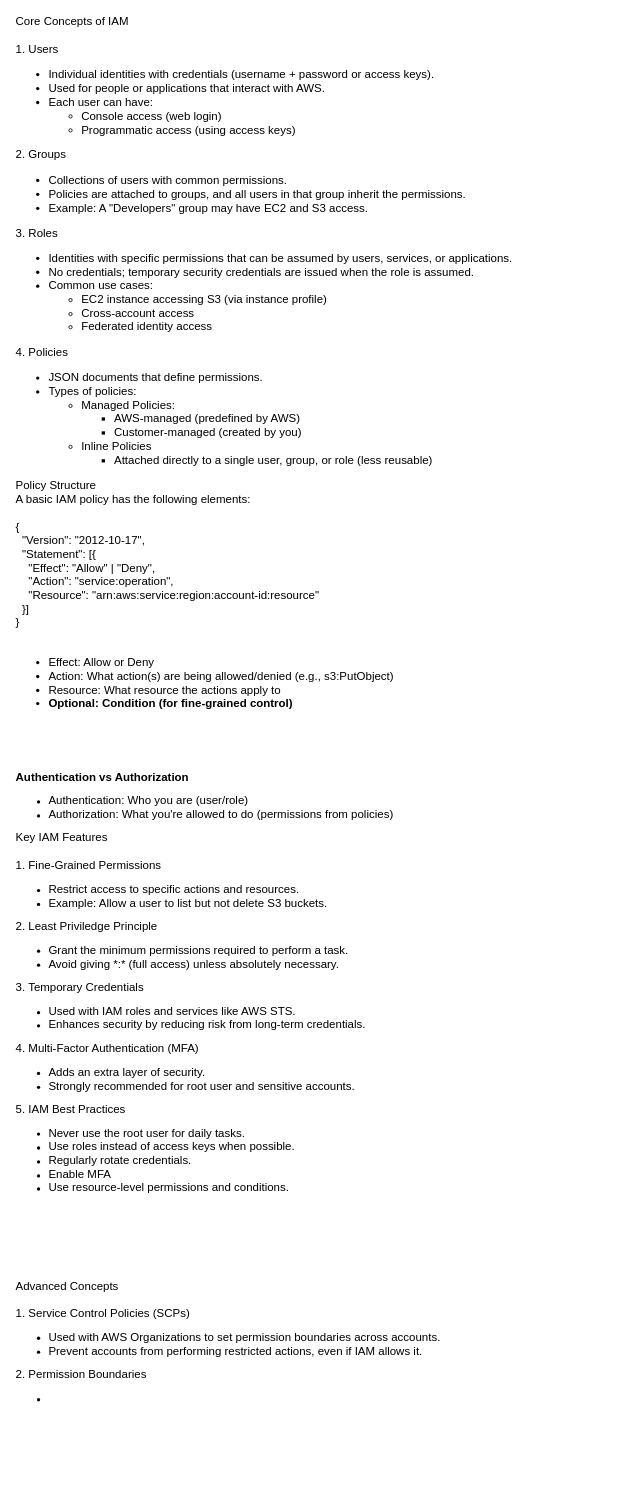
Earlier version of the draw.io diagram AWS_IAM.drawio (tyk1hc/drawio). Source tidied: cells renumbered, new cells numbered last; positions are measured from the earlier drawing's top-left corner, leaving out a move shared by most shapes. Both pictures are drawn from the tidied source at 82%, with x=0, y=0 at pixel (14, 14).
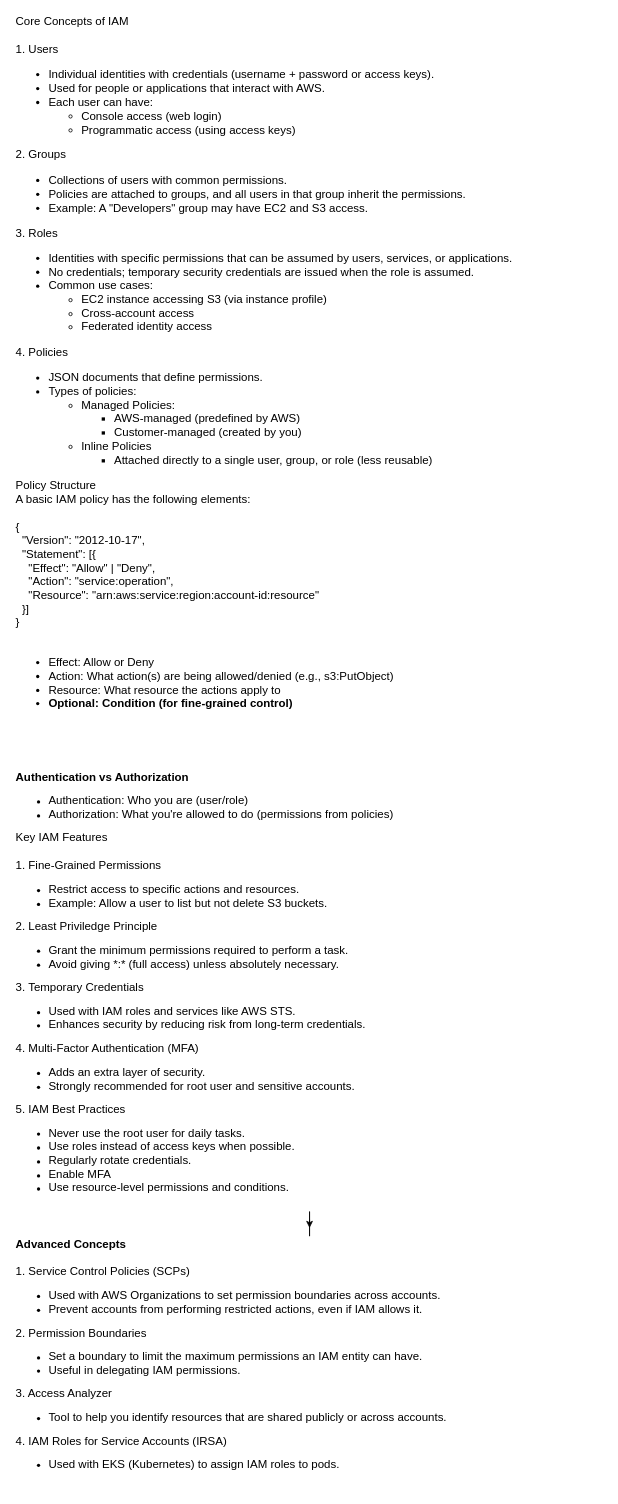
After the change.

Diff of the diagram source:
```diff
@@
 <mxGraphModel>
   <root>
     <mxCell id="0" />
     <mxCell id="1" parent="0" />
     <mxCell id="2" value="Core Concepts of IAM&amp;nbsp;&lt;div&gt;&lt;br&gt;&lt;/div&gt;&lt;div&gt;1. Users&lt;/div&gt;&lt;div&gt;&lt;ul&gt;&lt;li&gt;Individual identities with credentials (username + password or access keys).&lt;/li&gt;&lt;li&gt;Used for people or applications that interact with AWS.&lt;/li&gt;&lt;li&gt;Each user can have:&lt;/li&gt;&lt;ul&gt;&lt;li&gt;Console access (web login)&lt;/li&gt;&lt;li&gt;Programmatic access (using access keys)&lt;/li&gt;&lt;/ul&gt;&lt;/ul&gt;&lt;div&gt;2. Groups&amp;nbsp;&lt;/div&gt;&lt;/div&gt;&lt;div&gt;&lt;ul&gt;&lt;li&gt;Collections of users with common permissions.&lt;/li&gt;&lt;li&gt;Policies are attached to groups, and all users in that group inherit the permissions.&lt;/li&gt;&lt;li&gt;Example: A &quot;Developers&quot; group may have EC2 and S3 access.&lt;/li&gt;&lt;/ul&gt;&lt;div&gt;3. Roles&lt;/div&gt;&lt;/div&gt;&lt;div&gt;&lt;ul&gt;&lt;li&gt;Identities with specific permissions that can be assumed by users, services, or applications.&lt;/li&gt;&lt;li&gt;No credentials; temporary security credentials are issued when the role is assumed.&lt;/li&gt;&lt;li&gt;Common use cases:&lt;/li&gt;&lt;ul&gt;&lt;li&gt;EC2 instance accessing S3 (via instance profile)&lt;/li&gt;&lt;li&gt;Cross-account access&lt;/li&gt;&lt;li&gt;Federated identity access&lt;/li&gt;&lt;/ul&gt;&lt;/ul&gt;&lt;div&gt;4. Policies&lt;/div&gt;&lt;/div&gt;&lt;div&gt;&lt;ul&gt;&lt;li&gt;JSON documents that define permissions.&lt;/li&gt;&lt;li&gt;Types of policies:&lt;/li&gt;&lt;ul&gt;&lt;li&gt;Managed Policies:&lt;/li&gt;&lt;ul&gt;&lt;li&gt;AWS-managed (predefined by AWS)&lt;/li&gt;&lt;li&gt;Customer-managed (created by you)&lt;/li&gt;&lt;/ul&gt;&lt;li&gt;Inline Policies&lt;/li&gt;&lt;ul&gt;&lt;li&gt;Attached directly to a single user, group, or role (less reusable)&lt;/li&gt;&lt;/ul&gt;&lt;/ul&gt;&lt;/ul&gt;&lt;div&gt;Policy Structure&amp;nbsp;&lt;/div&gt;&lt;/div&gt;&lt;div&gt;A basic IAM policy has the following elements:&lt;/div&gt;&lt;div&gt;&lt;br&gt;&lt;/div&gt;&lt;div&gt;&lt;div&gt;{&lt;/div&gt;&lt;div&gt;&amp;nbsp; &quot;Version&quot;: &quot;2012-10-17&quot;,&lt;/div&gt;&lt;div&gt;&amp;nbsp; &quot;Statement&quot;: [{&lt;/div&gt;&lt;div&gt;&amp;nbsp; &amp;nbsp; &quot;Effect&quot;: &quot;Allow&quot; | &quot;Deny&quot;,&lt;/div&gt;&lt;div&gt;&amp;nbsp; &amp;nbsp; &quot;Action&quot;: &quot;service:operation&quot;,&lt;/div&gt;&lt;div&gt;&amp;nbsp; &amp;nbsp; &quot;Resource&quot;: &quot;arn:aws:service:region:account-id:resource&quot;&lt;/div&gt;&lt;div&gt;&amp;nbsp; }]&lt;/div&gt;&lt;div&gt;}&lt;/div&gt;&lt;/div&gt;&lt;div&gt;&lt;br&gt;&lt;/div&gt;&lt;div&gt;&lt;ul&gt;&lt;li&gt;Effect: Allow or Deny&lt;/li&gt;&lt;li&gt;Action: What action(s) are being allowed/denied (e.g., s3:PutObject)&lt;/li&gt;&lt;li&gt;Resource: What resource the actions apply to&amp;nbsp;&lt;/li&gt;&lt;li&gt;&lt;b&gt;Optional: Condition (for fine-grained control)&lt;/b&gt;&lt;/li&gt;&lt;/ul&gt;&lt;/div&gt;&lt;div&gt;&lt;br&gt;&lt;/div&gt;" style="text;html=1;align=left;verticalAlign=middle;whiteSpace=wrap;rounded=0;fontSize=14;" parent="1" vertex="1">
       <mxGeometry width="720" height="880" as="geometry" />
     </mxCell>
+    <mxCell id="5" style="edgeStyle=orthogonalEdgeStyle;rounded=0;jettySize=auto;html=1;" parent="1" edge="1" source="3" target="4">
+      <mxGeometry relative="1" as="geometry" />
+    </mxCell>
     <mxCell id="3" value="&lt;font style=&quot;font-size: 14px;&quot;&gt;&lt;b&gt;Authentication vs Authorization&lt;/b&gt;&lt;/font&gt;&lt;div&gt;&lt;ul&gt;&lt;li&gt;&lt;font style=&quot;font-size: 14px;&quot;&gt;Authentication: Who you are (user/role)&lt;/font&gt;&lt;/li&gt;&lt;li&gt;&lt;font style=&quot;font-size: 14px;&quot;&gt;Authorization: What you're allowed to do (permissions from policies)&lt;/font&gt;&lt;/li&gt;&lt;/ul&gt;&lt;div&gt;&lt;span style=&quot;font-size: 14px;&quot;&gt;Key IAM Features&lt;/span&gt;&lt;/div&gt;&lt;/div&gt;&lt;div&gt;&lt;span style=&quot;font-size: 14px;&quot;&gt;&lt;br&gt;&lt;/span&gt;&lt;/div&gt;&lt;div&gt;&lt;span style=&quot;font-size: 14px;&quot;&gt;1. Fine-Grained Permissions&lt;/span&gt;&lt;/div&gt;&lt;div&gt;&lt;ul&gt;&lt;li&gt;&lt;span style=&quot;font-size: 14px;&quot;&gt;Restrict access to specific actions and resources.&lt;/span&gt;&lt;/li&gt;&lt;li&gt;&lt;span style=&quot;font-size: 14px;&quot;&gt;Example: Allow a user to list but not delete S3 buckets.&lt;/span&gt;&lt;/li&gt;&lt;/ul&gt;&lt;div&gt;&lt;span style=&quot;font-size: 14px;&quot;&gt;2. Least Priviledge Principle&lt;/span&gt;&lt;/div&gt;&lt;/div&gt;&lt;div&gt;&lt;ul&gt;&lt;li&gt;&lt;span style=&quot;font-size: 14px;&quot;&gt;Grant the minimum permissions required to perform a task.&lt;/span&gt;&lt;/li&gt;&lt;li&gt;&lt;span style=&quot;font-size: 14px;&quot;&gt;Avoid giving *:* (full access) unless absolutely necessary.&lt;/span&gt;&lt;/li&gt;&lt;/ul&gt;&lt;div&gt;&lt;span style=&quot;font-size: 14px;&quot;&gt;3. Temporary Credentials&lt;/span&gt;&lt;/div&gt;&lt;/div&gt;&lt;div&gt;&lt;ul&gt;&lt;li&gt;&lt;span style=&quot;font-size: 14px;&quot;&gt;Used with IAM roles and services like AWS STS.&lt;/span&gt;&lt;/li&gt;&lt;li&gt;&lt;span style=&quot;font-size: 14px;&quot;&gt;Enhances security by reducing risk from long-term credentials.&lt;/span&gt;&lt;/li&gt;&lt;/ul&gt;&lt;div&gt;&lt;span style=&quot;font-size: 14px;&quot;&gt;4. Multi-Factor Authentication (MFA)&lt;/span&gt;&lt;/div&gt;&lt;/div&gt;&lt;div&gt;&lt;ul&gt;&lt;li&gt;&lt;span style=&quot;font-size: 14px;&quot;&gt;Adds an extra layer of security.&lt;/span&gt;&lt;/li&gt;&lt;li&gt;&lt;span style=&quot;font-size: 14px;&quot;&gt;Strongly recommended for root user and sensitive accounts.&lt;/span&gt;&lt;/li&gt;&lt;/ul&gt;&lt;div&gt;&lt;span style=&quot;font-size: 14px;&quot;&gt;5. IAM Best Practices&lt;/span&gt;&lt;/div&gt;&lt;/div&gt;&lt;div&gt;&lt;ul&gt;&lt;li&gt;&lt;span style=&quot;font-size: 14px;&quot;&gt;Never use the root user for daily tasks.&lt;/span&gt;&lt;/li&gt;&lt;li&gt;&lt;span style=&quot;font-size: 14px;&quot;&gt;Use roles instead of access keys when possible.&lt;/span&gt;&lt;/li&gt;&lt;li&gt;&lt;span style=&quot;font-size: 14px;&quot;&gt;Regularly rotate credentials.&lt;/span&gt;&lt;/li&gt;&lt;li&gt;&lt;span style=&quot;font-size: 14px;&quot;&gt;Enable MFA&lt;/span&gt;&lt;/li&gt;&lt;li&gt;&lt;span style=&quot;font-size: 14px;&quot;&gt;Use resource-level permissions and conditions.&lt;/span&gt;&lt;/li&gt;&lt;/ul&gt;&lt;/div&gt;&lt;div&gt;&lt;span style=&quot;font-size: 14px;&quot;&gt;&lt;br&gt;&lt;/span&gt;&lt;/div&gt;" style="text;html=1;align=left;verticalAlign=middle;whiteSpace=wrap;rounded=0;" parent="1" vertex="1">
       <mxGeometry y="920" width="720" height="550" as="geometry" />
     </mxCell>
-    <mxCell id="4" value="&lt;font style=&quot;font-size: 14px;&quot;&gt;Advanced Concepts&lt;/font&gt;&lt;div&gt;&lt;font style=&quot;font-size: 14px;&quot;&gt;&lt;br&gt;&lt;/font&gt;&lt;/div&gt;&lt;div&gt;&lt;font style=&quot;font-size: 14px;&quot;&gt;1. Service Control Policies (SCPs)&lt;/font&gt;&lt;/div&gt;&lt;div&gt;&lt;ul&gt;&lt;li&gt;&lt;font style=&quot;font-size: 14px;&quot;&gt;Used with AWS Organizations to set permission boundaries across accounts.&lt;/font&gt;&lt;/li&gt;&lt;li&gt;&lt;font style=&quot;font-size: 14px;&quot;&gt;Prevent accounts from performing restricted actions, even if IAM allows it.&lt;/font&gt;&lt;/li&gt;&lt;/ul&gt;&lt;div&gt;&lt;span style=&quot;font-size: 14px;&quot;&gt;2. Permission Boundaries&lt;/span&gt;&lt;/div&gt;&lt;/div&gt;&lt;div&gt;&lt;ul&gt;&lt;li&gt;&lt;span style=&quot;font-size: 14px;&quot;&gt;&lt;br&gt;&lt;/span&gt;&lt;/li&gt;&lt;/ul&gt;&lt;/div&gt;" style="text;html=1;align=left;verticalAlign=middle;whiteSpace=wrap;rounded=0;" parent="1" vertex="1">
-      <mxGeometry y="1490" width="720" height="270" as="geometry" />
+    <mxCell id="4" value="&lt;font style=&quot;font-size: 14px;&quot;&gt;&lt;b&gt;Advanced Concepts&lt;/b&gt;&lt;/font&gt;&lt;div&gt;&lt;font style=&quot;font-size: 14px;&quot;&gt;&lt;br&gt;&lt;/font&gt;&lt;/div&gt;&lt;div&gt;&lt;font style=&quot;font-size: 14px;&quot;&gt;1. Service Control Policies (SCPs)&lt;/font&gt;&lt;/div&gt;&lt;div&gt;&lt;ul&gt;&lt;li&gt;&lt;font style=&quot;font-size: 14px;&quot;&gt;Used with AWS Organizations to set permission boundaries across accounts.&lt;/font&gt;&lt;/li&gt;&lt;li&gt;&lt;font style=&quot;font-size: 14px;&quot;&gt;Prevent accounts from performing restricted actions, even if IAM allows it.&lt;/font&gt;&lt;/li&gt;&lt;/ul&gt;&lt;div&gt;&lt;span style=&quot;font-size: 14px;&quot;&gt;2. Permission Boundaries&lt;/span&gt;&lt;/div&gt;&lt;/div&gt;&lt;div&gt;&lt;ul&gt;&lt;li&gt;&lt;span style=&quot;font-size: 14px;&quot;&gt;Set a boundary to limit the maximum permissions an IAM entity can have.&lt;/span&gt;&lt;/li&gt;&lt;li&gt;&lt;span style=&quot;font-size: 14px;&quot;&gt;Useful in delegating IAM permissions.&lt;/span&gt;&lt;/li&gt;&lt;/ul&gt;&lt;div&gt;&lt;span style=&quot;font-size: 14px;&quot;&gt;3. Access Analyzer&lt;/span&gt;&lt;/div&gt;&lt;/div&gt;&lt;div&gt;&lt;ul&gt;&lt;li&gt;&lt;span style=&quot;font-size: 14px;&quot;&gt;Tool to help you identify resources that are shared publicly or across accounts.&lt;/span&gt;&lt;/li&gt;&lt;/ul&gt;&lt;div&gt;&lt;span style=&quot;font-size: 14px;&quot;&gt;4. IAM Roles for Service Accounts (IRSA)&lt;/span&gt;&lt;/div&gt;&lt;/div&gt;&lt;div&gt;&lt;ul&gt;&lt;li&gt;&lt;span style=&quot;font-size: 14px;&quot;&gt;Used with EKS (Kubernetes) to assign IAM roles to pods.&lt;/span&gt;&lt;/li&gt;&lt;/ul&gt;&lt;/div&gt;" style="text;html=1;align=left;verticalAlign=middle;whiteSpace=wrap;rounded=0;" parent="1" vertex="1">
+      <mxGeometry y="1480" width="720" height="320" as="geometry" />
     </mxCell>
   </root>
 </mxGraphModel>
```
